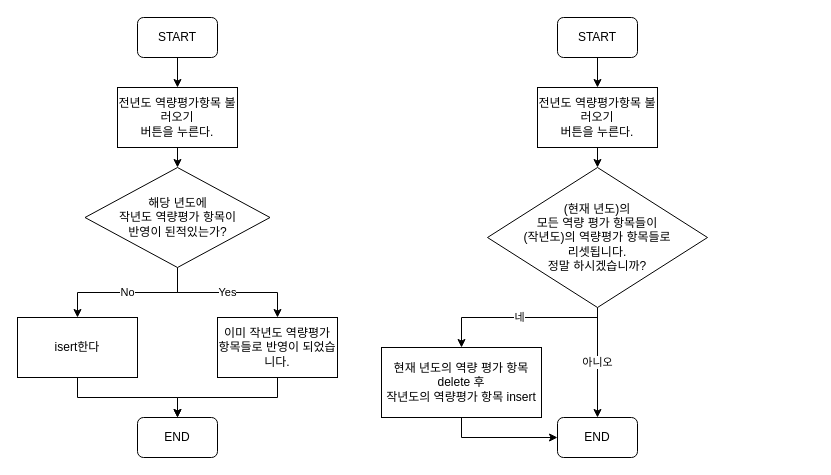
This is copyLastYearCompList.drawio from je-pa/draw, a draw.io file, before an edit. Source tidied: cells renumbered, new cells numbered last; positions are measured from the earlier drawing's top-left corner, leaving out a move shared by most shapes. Both pictures are drawn from the tidied source at 100%, with x=0, y=0 at pixel (17, 17).
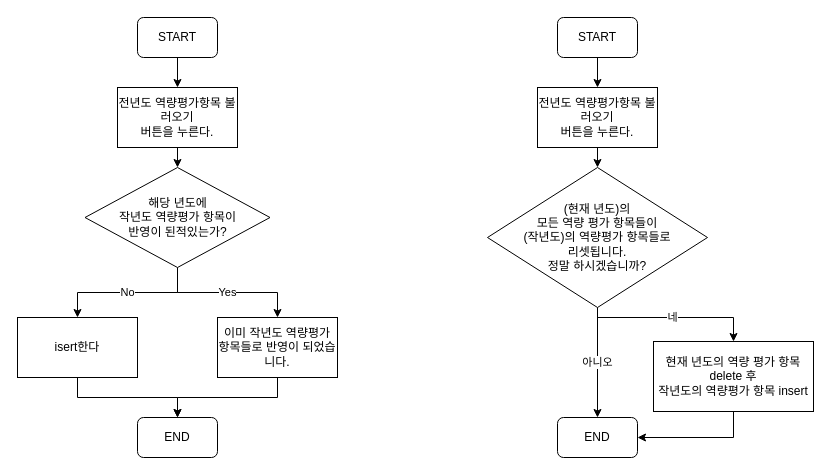
The same page after the edit.

Unchanged cells that the change refers to:
```xml
<mxCell id="19" value="(현재 년도)의 &lt;br&gt;모든 역량 평가 항목들이&lt;br&gt;(작년도)의 역량평가 항목들로 &lt;br&gt;리셋됩니다.&lt;br&gt;정말 하시겠습니까?" style="rhombus;whiteSpace=wrap;html=1;" parent="1" vertex="1">
  <mxGeometry x="470" y="150" width="220" height="140" as="geometry" />
</mxCell>
<mxCell id="21" value="END" style="rounded=1;whiteSpace=wrap;html=1;" parent="1" vertex="1">
  <mxGeometry x="540" y="400" width="80" height="40" as="geometry" />
</mxCell>
```

What changed in the source:
```diff
@@
     <mxCell id="18" value="네" style="edgeStyle=orthogonalEdgeStyle;rounded=0;jettySize=auto;html=1;exitX=0.5;exitY=1;exitDx=0;exitDy=0;entryX=0.5;entryY=0;entryDx=0;entryDy=0;" parent="1" edge="1" source="19" target="23">
       <mxGeometry relative="1" as="geometry">
         <Array as="points">
           <mxPoint x="580" y="300" />
-          <mxPoint x="444" y="300" />
+          <mxPoint x="716" y="300" />
         </Array>
       </mxGeometry>
     </mxCell>
@@
-    <mxCell id="22" style="edgeStyle=orthogonalEdgeStyle;rounded=0;jettySize=auto;html=1;exitX=0.5;exitY=1;exitDx=0;exitDy=0;entryX=0;entryY=0.5;entryDx=0;entryDy=0;" parent="1" edge="1" source="23" target="21">
+    <mxCell id="22" style="edgeStyle=orthogonalEdgeStyle;rounded=0;jettySize=auto;html=1;exitX=0.5;exitY=1;exitDx=0;exitDy=0;entryX=1;entryY=0.5;entryDx=0;entryDy=0;" parent="1" edge="1" source="23" target="21">
       <mxGeometry relative="1" as="geometry" />
     </mxCell>
     <mxCell id="23" value="현재 년도의 역량 평가 항목 delete 후 &lt;br&gt;작년도의 역량평가 항목 insert" style="rounded=0;whiteSpace=wrap;html=1;" parent="1" vertex="1">
-      <mxGeometry x="364" y="330" width="160" height="70" as="geometry" />
+      <mxGeometry x="636" y="324" width="160" height="70" as="geometry" />
     </mxCell>
```
